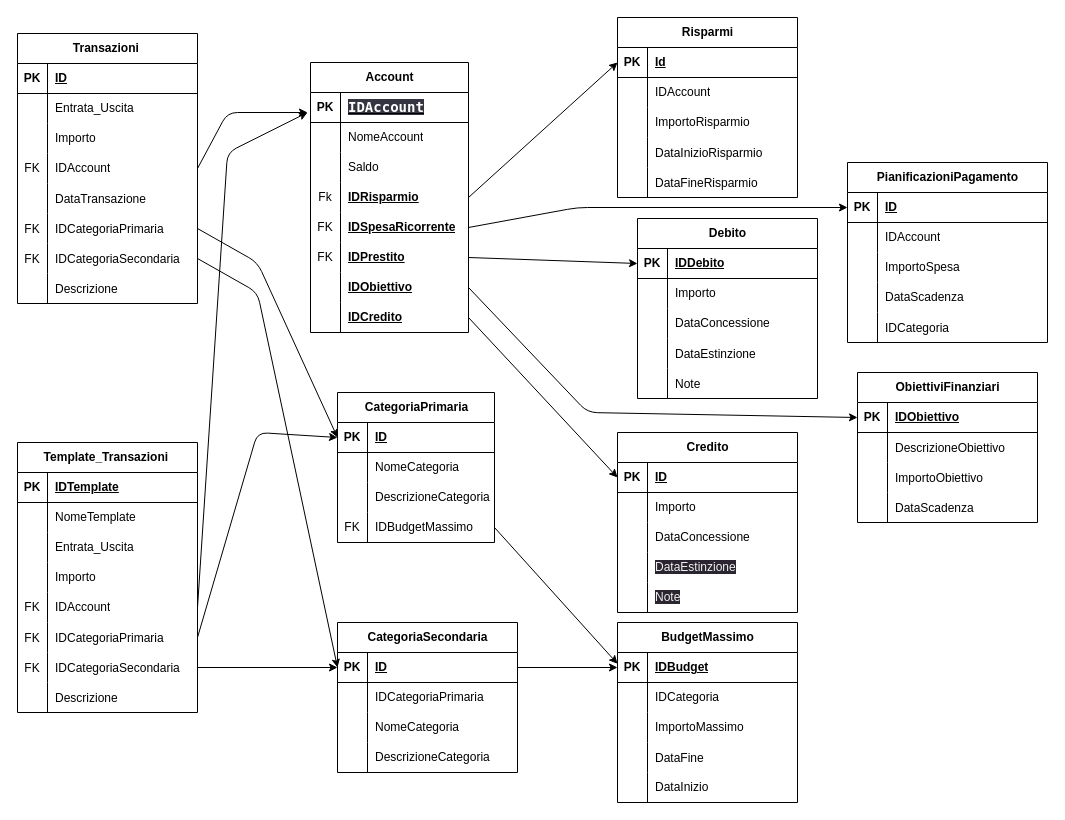
Above: INFO/Cas_Flow_Web_ER.drawio in Giosc4/CashFlowWeb (draw.io), before the change. Source tidied: cells renumbered, new cells numbered last; positions are measured from the earlier drawing's top-left corner, leaving out a move shared by most shapes. Both pictures are drawn from the tidied source at 100%, with x=0, y=0 at pixel (17, 17).
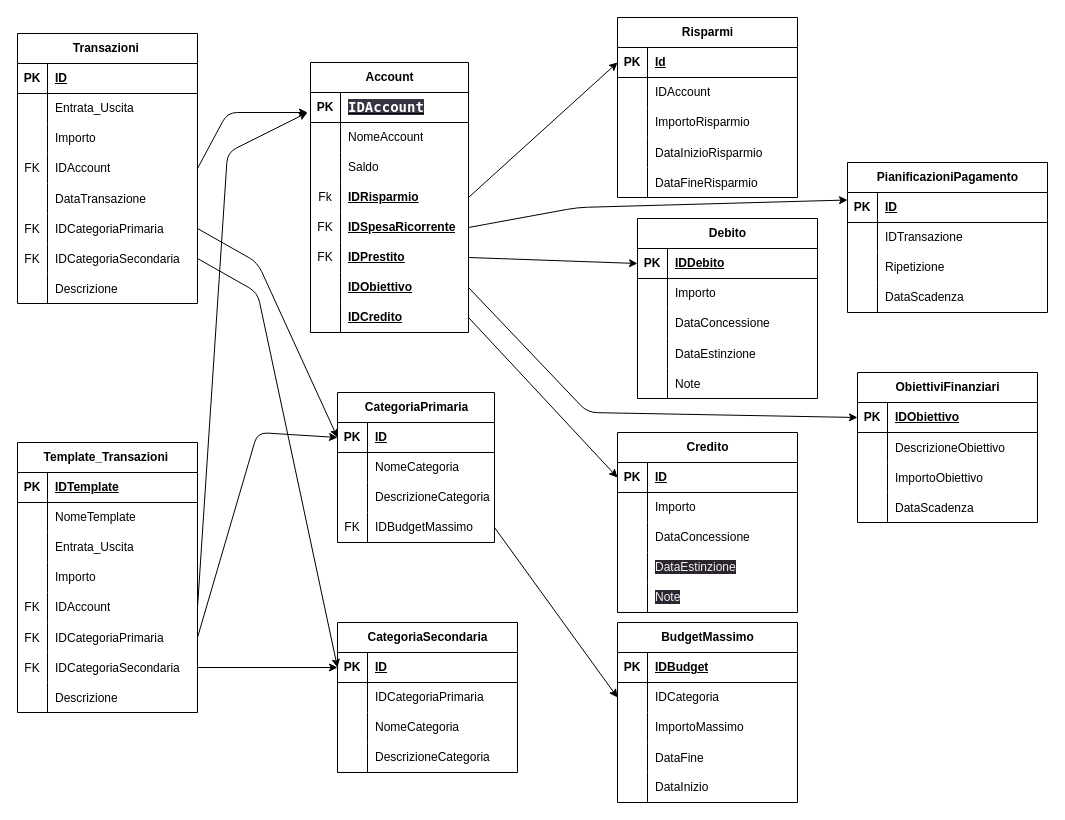
The same diagram, later.

The change refers to these unchanged cells:
```xml
<mxCell id="62" style="shape=tableRow;horizontal=0;startSize=0;swimlaneHead=0;swimlaneBody=0;fillColor=none;points=[[0,0.5],[1,0.5]];portConstraint=eastwest;top=0;left=0;right=0;bottom=0;" parent="52" vertex="1">
  <mxGeometry y="120" width="157" height="30" as="geometry" />
</mxCell>
<mxCell id="66" style="shape=tableRow;horizontal=0;startSize=0;swimlaneHead=0;swimlaneBody=0;fillColor=none;points=[[0,0.5],[1,0.5]];portConstraint=eastwest;top=0;left=0;right=0;bottom=1;" parent="65" vertex="1">
  <mxGeometry y="30" width="180" height="30" as="geometry" />
</mxCell>
<mxCell id="79" style="shape=tableRow;horizontal=0;startSize=0;swimlaneHead=0;swimlaneBody=0;fillColor=none;points=[[0,0.5],[1,0.5]];portConstraint=eastwest;top=0;left=0;right=0;bottom=1;" parent="78" vertex="1">
  <mxGeometry y="30" width="180" height="30" as="geometry" />
</mxCell>
<mxCell id="82" style="shape=tableRow;horizontal=0;startSize=0;swimlaneHead=0;swimlaneBody=0;fillColor=none;points=[[0,0.5],[1,0.5]];portConstraint=eastwest;top=0;left=0;right=0;bottom=0;" parent="78" vertex="1">
  <mxGeometry y="60" width="180" height="30" as="geometry" />
</mxCell>
<mxCell id="130" style="shape=tableRow;horizontal=0;startSize=0;swimlaneHead=0;swimlaneBody=0;fillColor=none;top=0;left=0;right=0;bottom=0;" parent="126" vertex="1">
  <mxGeometry y="60" width="200" height="30" as="geometry" />
</mxCell>
<mxCell id="133" style="shape=tableRow;horizontal=0;startSize=0;swimlaneHead=0;swimlaneBody=0;fillColor=none;top=0;left=0;right=0;bottom=0;" parent="126" vertex="1">
  <mxGeometry y="90" width="200" height="30" as="geometry" />
</mxCell>
```

Diff of the diagram source:
```diff
@@
     <mxCell id="126" value="PianificazioniPagamento" style="shape=table;startSize=30;childLayout=tableLayout;rowLines=0;fontStyle=1;align=center;html=1;" parent="1" vertex="1">
-      <mxGeometry x="830" y="145" width="200" height="180" as="geometry" />
+      <mxGeometry x="830" y="145" width="200" height="150" as="geometry" />
     </mxCell>
@@
-    <mxCell id="132" value="IDAccount" style="shape=partialRectangle;fillColor=none;top=0;left=0;bottom=0;right=0;align=left;spacingLeft=6;overflow=hidden;whiteSpace=wrap;html=1;" parent="130" vertex="1">
+    <mxCell id="132" value="IDTransazione" style="shape=partialRectangle;fillColor=none;top=0;left=0;bottom=0;right=0;align=left;spacingLeft=6;overflow=hidden;whiteSpace=wrap;html=1;" parent="130" vertex="1">
       <mxGeometry x="30" width="170" height="30" as="geometry" />
     </mxCell>
@@
-    <mxCell id="135" value="ImportoSpesa" style="shape=partialRectangle;fillColor=none;top=0;left=0;bottom=0;right=0;align=left;spacingLeft=6;overflow=hidden;whiteSpace=wrap;html=1;" parent="133" vertex="1">
+    <mxCell id="135" value="Ripetizione" style="shape=partialRectangle;fillColor=none;top=0;left=0;bottom=0;right=0;align=left;spacingLeft=6;overflow=hidden;whiteSpace=wrap;html=1;" parent="133" vertex="1">
       <mxGeometry x="30" width="170" height="30" as="geometry" />
     </mxCell>
@@
-    <mxCell id="139" style="shape=tableRow;horizontal=0;startSize=0;swimlaneHead=0;swimlaneBody=0;fillColor=none;top=0;left=0;right=0;bottom=0;" parent="126" vertex="1">
-      <mxGeometry y="150" width="200" height="30" as="geometry" />
-    </mxCell>
-    <mxCell id="140" style="shape=partialRectangle;fillColor=none;top=0;left=0;bottom=0;right=0;overflow=hidden;" parent="139" vertex="1">
-      <mxGeometry width="30" height="30" as="geometry" />
-    </mxCell>
-    <mxCell id="141" value="IDCategoria" style="shape=partialRectangle;fillColor=none;top=0;left=0;bottom=0;right=0;align=left;spacingLeft=6;overflow=hidden;" parent="139" vertex="1">
-      <mxGeometry x="30" width="170" height="30" as="geometry" />
-    </mxCell>
@@
-    <mxCell id="155" style="endArrow=classic;html=1;entryX=0;entryY=0.376;entryDx=0;entryDy=0;entryPerimeter=0;exitX=1;exitY=0.5;exitDx=0;exitDy=0;" parent="1" edge="1" source="62" target="79">
+    <mxCell id="155" style="endArrow=classic;html=1;entryX=0;entryY=0.5;entryDx=0;entryDy=0;exitX=1;exitY=0.5;exitDx=0;exitDy=0;" parent="1" edge="1" source="62" target="82">
       <mxGeometry relative="1" as="geometry" />
     </mxCell>
-    <mxCell id="156" style="edgeStyle=none;html=1;entryX=0;entryY=0.5;entryDx=0;entryDy=0;exitX=1;exitY=0.5;exitDx=0;exitDy=0;" parent="1" edge="1" source="66" target="79">
-      <mxGeometry relative="1" as="geometry" />
-    </mxCell>
```
